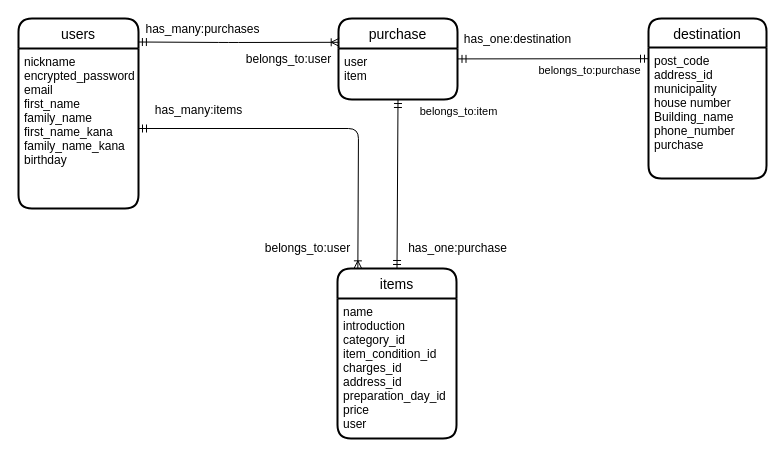
The draw.io diagram furima-38081.dio in tongari123/furima-38081, before the edit. Source tidied: cells renumbered, new cells numbered last; positions are measured from the earlier drawing's top-left corner, leaving out a move shared by most shapes. Both pictures are drawn from the tidied source at 100%, with x=0, y=0 at pixel (18, 18).
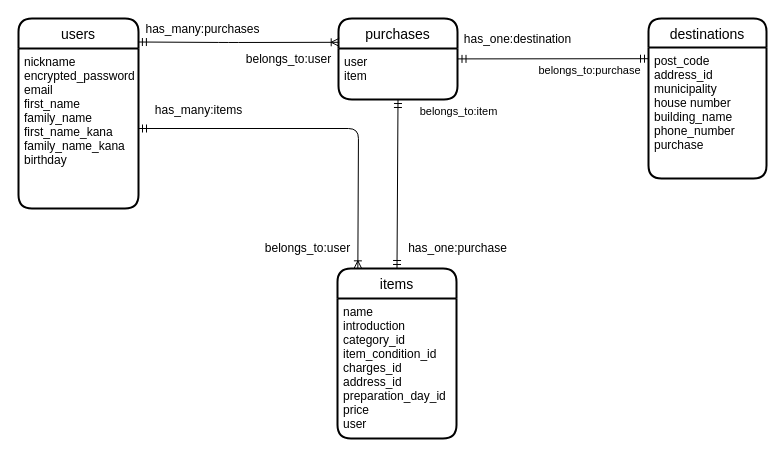
The same page after the edit.

Commit message (it also covers changes not shown here):
データベース設計 コードレビュー修正4

Diff of the diagram source:
```diff
@@
-    <mxCell id="6" value="destination" style="swimlane;horizontal=1;startSize=29;rounded=1;fontSize=14;fontStyle=0;strokeWidth=2;shadow=0;dashed=0;align=center;" parent="1" vertex="1">
+    <mxCell id="6" value="destinations" style="swimlane;horizontal=1;startSize=29;rounded=1;fontSize=14;fontStyle=0;strokeWidth=2;shadow=0;dashed=0;align=center;" parent="1" vertex="1">
       <mxGeometry x="630" width="118" height="160" as="geometry" />
     </mxCell>
-    <mxCell id="7" value="post_code&#10;address_id&#10;municipality&#10;house number&#10;Building_name&#10;phone_number&#10;purchase " style="align=left;strokeColor=none;fillColor=none;spacingLeft=4;fontSize=12;verticalAlign=top;" parent="6" vertex="1">
+    <mxCell id="7" value="post_code&#10;address_id&#10;municipality&#10;house number&#10;building_name&#10;phone_number&#10;purchase " style="align=left;strokeColor=none;fillColor=none;spacingLeft=4;fontSize=12;verticalAlign=top;" parent="6" vertex="1">
       <mxGeometry y="29" width="118" height="131" as="geometry" />
     </mxCell>
-    <mxCell id="8" value="purchase" style="swimlane;horizontal=1;startSize=30;rounded=1;fontSize=14;fontStyle=0;strokeWidth=2;shadow=0;dashed=0;align=center;" parent="1" vertex="1">
+    <mxCell id="8" value="purchases" style="swimlane;horizontal=1;startSize=30;rounded=1;fontSize=14;fontStyle=0;strokeWidth=2;shadow=0;dashed=0;align=center;" parent="1" vertex="1">
       <mxGeometry x="320" width="119" height="81" as="geometry" />
     </mxCell>
```
